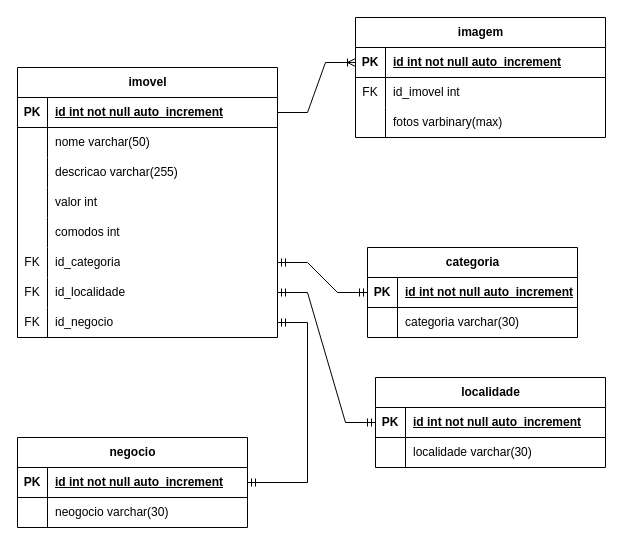
This is Diagramas/Atividades/imobiliaria-diagrama.drawio from samueldelorenzi/BancoDeDadosI, a draw.io file, before an edit. Source tidied: cells renumbered, new cells numbered last; positions are measured from the earlier drawing's top-left corner, leaving out a move shared by most shapes. Both pictures are drawn from the tidied source at 100%, with x=0, y=0 at pixel (17, 17).
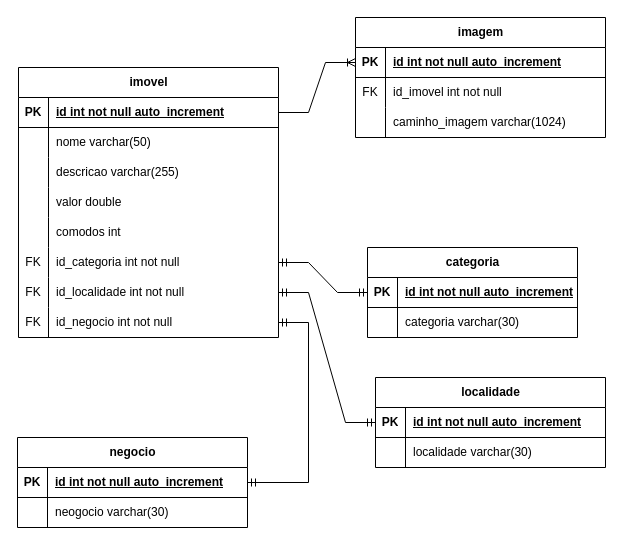
The same page after the edit.

Unchanged cells that the change refers to:
```xml
<mxCell id="12" style="shape=tableRow;horizontal=0;startSize=0;swimlaneHead=0;swimlaneBody=0;fillColor=none;top=0;left=0;right=0;bottom=0;" parent="2" vertex="1">
  <mxGeometry y="120" width="260" height="30" as="geometry" />
</mxCell>
<mxCell id="18" style="shape=tableRow;horizontal=0;startSize=0;swimlaneHead=0;swimlaneBody=0;fillColor=none;points=[[0,0.5],[1,0.5]];portConstraint=eastwest;top=0;left=0;right=0;bottom=0;" parent="2" vertex="1">
  <mxGeometry y="180" width="260" height="30" as="geometry" />
</mxCell>
<mxCell id="21" style="shape=tableRow;horizontal=0;startSize=0;swimlaneHead=0;swimlaneBody=0;fillColor=none;points=[[0,0.5],[1,0.5]];portConstraint=eastwest;top=0;left=0;right=0;bottom=0;" parent="2" vertex="1">
  <mxGeometry y="210" width="260" height="30" as="geometry" />
</mxCell>
<mxCell id="24" style="shape=tableRow;horizontal=0;startSize=0;swimlaneHead=0;swimlaneBody=0;fillColor=none;points=[[0,0.5],[1,0.5]];portConstraint=eastwest;top=0;left=0;right=0;bottom=0;" parent="2" vertex="1">
  <mxGeometry y="240" width="260" height="30" as="geometry" />
</mxCell>
<mxCell id="31" style="shape=tableRow;horizontal=0;startSize=0;swimlaneHead=0;swimlaneBody=0;fillColor=none;top=0;left=0;right=0;bottom=0;" parent="27" vertex="1">
  <mxGeometry y="60" width="250" height="30" as="geometry" />
</mxCell>
<mxCell id="34" style="shape=tableRow;horizontal=0;startSize=0;swimlaneHead=0;swimlaneBody=0;fillColor=none;top=0;left=0;right=0;bottom=0;" parent="27" vertex="1">
  <mxGeometry y="90" width="250" height="30" as="geometry" />
</mxCell>
```

What changed in the source:
```diff
@@
     <mxCell id="2" value="imovel" style="shape=table;startSize=30;childLayout=tableLayout;rowLines=0;fontStyle=1;align=center;html=1;" parent="1" vertex="1">
-      <mxGeometry y="50" width="260" height="270" as="geometry" />
+      <mxGeometry x="1" y="50" width="260" height="270" as="geometry" />
     </mxCell>
@@
-    <mxCell id="14" value="valor int" style="shape=partialRectangle;fillColor=none;top=0;left=0;bottom=0;right=0;align=left;spacingLeft=6;overflow=hidden;whiteSpace=wrap;html=1;" parent="12" vertex="1">
+    <mxCell id="14" value="valor double" style="shape=partialRectangle;fillColor=none;top=0;left=0;bottom=0;right=0;align=left;spacingLeft=6;overflow=hidden;whiteSpace=wrap;html=1;" parent="12" vertex="1">
       <mxGeometry x="30" width="230" height="30" as="geometry" />
     </mxCell>
@@
-    <mxCell id="20" value="id_categoria" style="shape=partialRectangle;fillColor=none;top=0;left=0;bottom=0;right=0;align=left;spacingLeft=6;overflow=hidden;whiteSpace=wrap;html=1;" parent="18" vertex="1">
+    <mxCell id="20" value="id_categoria int not null" style="shape=partialRectangle;fillColor=none;top=0;left=0;bottom=0;right=0;align=left;spacingLeft=6;overflow=hidden;whiteSpace=wrap;html=1;" parent="18" vertex="1">
       <mxGeometry x="30" width="230" height="30" as="geometry" />
     </mxCell>
@@
-    <mxCell id="23" value="id_localidade" style="shape=partialRectangle;fillColor=none;top=0;left=0;bottom=0;right=0;align=left;spacingLeft=6;overflow=hidden;whiteSpace=wrap;html=1;" parent="21" vertex="1">
+    <mxCell id="23" value="id_localidade int not null" style="shape=partialRectangle;fillColor=none;top=0;left=0;bottom=0;right=0;align=left;spacingLeft=6;overflow=hidden;whiteSpace=wrap;html=1;" parent="21" vertex="1">
       <mxGeometry x="30" width="230" height="30" as="geometry" />
     </mxCell>
@@
-    <mxCell id="26" value="id_negocio" style="shape=partialRectangle;fillColor=none;top=0;left=0;bottom=0;right=0;align=left;spacingLeft=6;overflow=hidden;whiteSpace=wrap;html=1;" parent="24" vertex="1">
+    <mxCell id="26" value="id_negocio int not null" style="shape=partialRectangle;fillColor=none;top=0;left=0;bottom=0;right=0;align=left;spacingLeft=6;overflow=hidden;whiteSpace=wrap;html=1;" parent="24" vertex="1">
       <mxGeometry x="30" width="230" height="30" as="geometry" />
     </mxCell>
@@
-    <mxCell id="33" value="id_imovel int" style="shape=partialRectangle;fillColor=none;top=0;left=0;bottom=0;right=0;align=left;spacingLeft=6;overflow=hidden;whiteSpace=wrap;html=1;" parent="31" vertex="1">
+    <mxCell id="33" value="id_imovel int not null" style="shape=partialRectangle;fillColor=none;top=0;left=0;bottom=0;right=0;align=left;spacingLeft=6;overflow=hidden;whiteSpace=wrap;html=1;" parent="31" vertex="1">
       <mxGeometry x="30" width="220" height="30" as="geometry" />
     </mxCell>
@@
-    <mxCell id="36" value="fotos varbinary(max)" style="shape=partialRectangle;fillColor=none;top=0;left=0;bottom=0;right=0;align=left;spacingLeft=6;overflow=hidden;whiteSpace=wrap;html=1;" parent="34" vertex="1">
+    <mxCell id="36" value="caminho_imagem varchar(1024)" style="shape=partialRectangle;fillColor=none;top=0;left=0;bottom=0;right=0;align=left;spacingLeft=6;overflow=hidden;whiteSpace=wrap;html=1;" parent="34" vertex="1">
       <mxGeometry x="30" width="220" height="30" as="geometry" />
     </mxCell>
```
